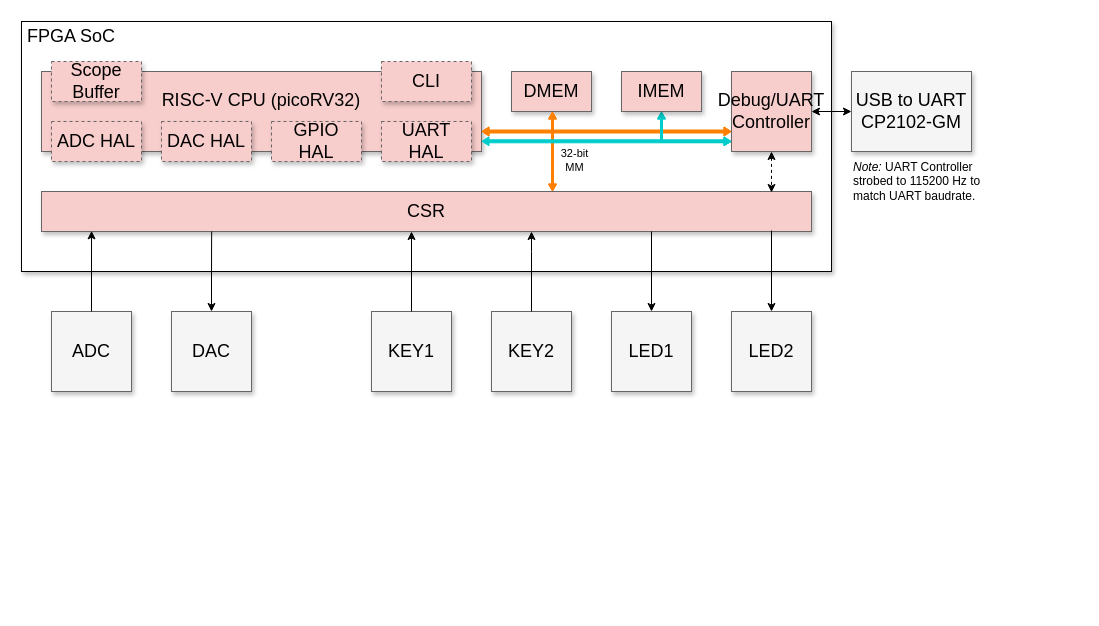
This is 3.miniac/0.doc/miniac.drawio from chili-chips-ba/uberClock, a draw.io file, before an edit. Source tidied: cells renumbered, new cells numbered last; positions are measured from the earlier drawing's top-left corner, leaving out a move shared by most shapes. Both pictures are drawn from the tidied source at 100%, with x=0, y=0 at pixel (21, 21).
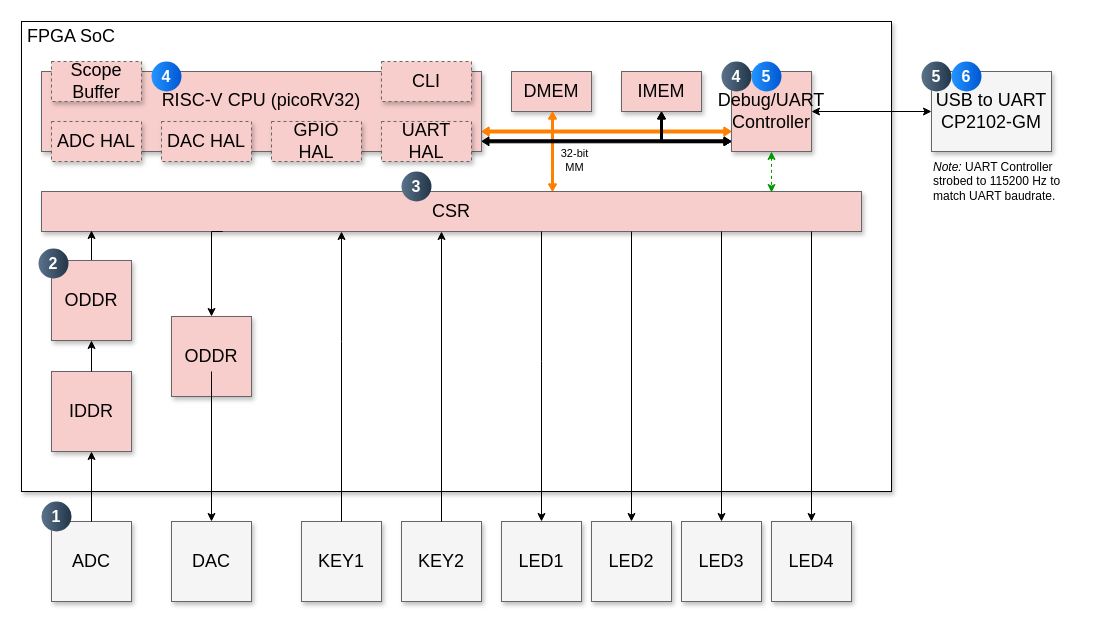
The same page after the edit.

The change refers to these unchanged cells:
```xml
<mxCell id="9" value="&lt;div&gt;Debug/UART&lt;/div&gt;&lt;div&gt;Controller&lt;br&gt;&lt;/div&gt;" style="whiteSpace=wrap;html=1;shadow=1;fontSize=18;fillColor=#F8CECC;strokeColor=#666666;" parent="1" vertex="1">
  <mxGeometry x="710" y="50" width="80" height="80" as="geometry" />
</mxCell>
<mxCell id="16" value="IMEM" style="whiteSpace=wrap;html=1;shadow=1;fontSize=18;fillColor=#F8CECC;strokeColor=#666666;" parent="1" vertex="1">
  <mxGeometry x="600" y="50" width="80" height="40" as="geometry" />
</mxCell>
```

The edit, as a diff of the source:
```diff
@@
     <mxCell id="2" style="rounded=0;whiteSpace=wrap;html=1;fillColor=default;shadow=1;" parent="1" vertex="1">
-      <mxGeometry width="810" height="250" as="geometry" />
+      <mxGeometry width="870" height="470" as="geometry" />
     </mxCell>
@@
     <mxCell id="5" value="CSR" style="whiteSpace=wrap;html=1;shadow=1;fontSize=18;fillColor=#F8CECC;strokeColor=#666666;" parent="1" vertex="1">
-      <mxGeometry x="20" y="170" width="770" height="40" as="geometry" />
+      <mxGeometry x="20" y="170" width="820" height="40" as="geometry" />
     </mxCell>
@@
-    <mxCell id="12" style="edgeStyle=orthogonalEdgeStyle;rounded=0;jettySize=auto;html=1;exitX=0.5;exitY=1;exitDx=0;exitDy=0;startArrow=classic;startFill=1;dashed=1;" parent="1" edge="1" source="9">
+    <mxCell id="12" style="edgeStyle=orthogonalEdgeStyle;rounded=0;jettySize=auto;html=1;exitX=0.5;exitY=1;exitDx=0;exitDy=0;startArrow=classic;startFill=1;dashed=1;strokeColor=#009900;" parent="1" edge="1" source="9">
       <mxGeometry relative="1" as="geometry">
         <mxPoint x="750" y="171" as="targetPoint" />
         <Array as="points">
           <mxPoint x="750" y="171" />
         </Array>
       </mxGeometry>
     </mxCell>
     <mxCell id="13" value="&lt;div&gt;USB to UART&lt;/div&gt;&lt;div&gt;CP2102-GM&lt;br&gt;&lt;/div&gt;" style="whiteSpace=wrap;html=1;shadow=1;fontSize=18;fillColor=#f5f5f5;strokeColor=#666666;" parent="1" vertex="1">
-      <mxGeometry x="830" y="50" width="120" height="80" as="geometry" />
+      <mxGeometry x="910" y="50" width="120" height="80" as="geometry" />
     </mxCell>
     <mxCell id="14" value="&lt;i&gt;Note:&lt;/i&gt; UART Controller strobed to 115200 Hz to match UART baudrate." style="text;html=1;align=left;verticalAlign=middle;whiteSpace=wrap;rounded=0;fontSize=12;" parent="1" vertex="1">
-      <mxGeometry x="830" y="140" width="150" height="40" as="geometry" />
+      <mxGeometry x="910" y="140" width="150" height="40" as="geometry" />
     </mxCell>
-    <mxCell id="15" style="edgeStyle=orthogonalEdgeStyle;rounded=0;jettySize=auto;html=1;exitX=0.5;exitY=1;exitDx=0;exitDy=0;startArrow=classic;startFill=1;shape=flexArrow;endSize=2;startSize=2;width=2;startWidth=5;endWidth=5;strokeColor=#00CCCC;fillColor=#00CCCC;" parent="1" edge="1" source="16">
+    <mxCell id="15" style="edgeStyle=orthogonalEdgeStyle;rounded=0;jettySize=auto;html=1;exitX=0.5;exitY=1;exitDx=0;exitDy=0;startArrow=classic;startFill=1;shape=flexArrow;endSize=2;startSize=2;width=2;startWidth=5;endWidth=5;strokeColor=light-dark(#000000,#000000);fillColor=light-dark(#000000,#000000);" parent="1" edge="1" source="16">
       <mxGeometry relative="1" as="geometry">
         <mxPoint x="710" y="120" as="targetPoint" />
         <Array as="points">
           <mxPoint x="640" y="120" />
         </Array>
       </mxGeometry>
     </mxCell>
@@
-    <mxCell id="18" style="edgeStyle=orthogonalEdgeStyle;rounded=0;orthogonalLoop=1;jettySize=auto;html=1;exitX=0;exitY=0.75;exitDx=0;exitDy=0;startArrow=classic;startFill=1;shape=flexArrow;width=3;startWidth=5;endWidth=5;endSize=2;startSize=2;fillColor=#00CCCC;strokeColor=#00CCCC;" parent="1" edge="1">
+    <mxCell id="18" style="edgeStyle=orthogonalEdgeStyle;rounded=0;orthogonalLoop=1;jettySize=auto;html=1;exitX=0;exitY=0.75;exitDx=0;exitDy=0;startArrow=classic;startFill=1;shape=flexArrow;width=3;startWidth=5;endWidth=5;endSize=2;startSize=2;fillColor=light-dark(#000000,#000000);strokeColor=light-dark(#000000,#000000);" parent="1" edge="1">
       <mxGeometry relative="1" as="geometry">
         <mxPoint x="710" y="119.8" as="sourcePoint" />
         <mxPoint x="460" y="119.8" as="targetPoint" />
       </mxGeometry>
     </mxCell>
@@
     <mxCell id="21" value="LED2" style="whiteSpace=wrap;html=1;shadow=1;fontSize=18;fillColor=#f5f5f5;strokeColor=#666666;" parent="1" vertex="1">
-      <mxGeometry x="710" y="290" width="80" height="80" as="geometry" />
+      <mxGeometry x="570" y="500" width="80" height="80" as="geometry" />
     </mxCell>
     <mxCell id="22" value="LED1" style="whiteSpace=wrap;html=1;shadow=1;fontSize=18;fillColor=#f5f5f5;strokeColor=#666666;" parent="1" vertex="1">
-      <mxGeometry x="590" y="290" width="80" height="80" as="geometry" />
+      <mxGeometry x="480" y="500" width="80" height="80" as="geometry" />
     </mxCell>
     <mxCell id="23" value="KEY2" style="whiteSpace=wrap;html=1;shadow=1;fontSize=18;fillColor=#f5f5f5;strokeColor=#666666;" parent="1" vertex="1">
-      <mxGeometry x="470" y="290" width="80" height="80" as="geometry" />
+      <mxGeometry x="380" y="500" width="80" height="80" as="geometry" />
     </mxCell>
     <mxCell id="24" value="KEY1" style="whiteSpace=wrap;html=1;shadow=1;fontSize=18;fillColor=#f5f5f5;strokeColor=#666666;" parent="1" vertex="1">
-      <mxGeometry x="350" y="290" width="80" height="80" as="geometry" />
+      <mxGeometry x="280" y="500" width="80" height="80" as="geometry" />
     </mxCell>
     <mxCell id="25" value="ADC" style="whiteSpace=wrap;html=1;shadow=1;fontSize=18;fillColor=#f5f5f5;strokeColor=#666666;" parent="1" vertex="1">
-      <mxGeometry x="30" y="290" width="80" height="80" as="geometry" />
+      <mxGeometry x="30" y="500" width="80" height="80" as="geometry" />
     </mxCell>
     <mxCell id="26" value="DAC" style="whiteSpace=wrap;html=1;shadow=1;fontSize=18;fillColor=#f5f5f5;strokeColor=#666666;" parent="1" vertex="1">
-      <mxGeometry x="150" y="290" width="80" height="80" as="geometry" />
+      <mxGeometry x="150" y="500" width="80" height="80" as="geometry" />
     </mxCell>
-    <mxCell id="27" style="edgeStyle=orthogonalEdgeStyle;rounded=0;jettySize=auto;html=1;exitX=0.5;exitY=0;exitDx=0;exitDy=0;" parent="1" edge="1" source="24">
+    <mxCell id="27" style="edgeStyle=orthogonalEdgeStyle;rounded=0;jettySize=auto;html=1;exitX=0.5;exitY=0;exitDx=0;exitDy=0;" parent="1" edge="1" source="24" target="5">
       <mxGeometry relative="1" as="geometry">
-        <mxPoint x="390" y="210" as="targetPoint" />
         <Array as="points">
-          <mxPoint x="390" y="210" />
+          <mxPoint x="320" y="320" />
+          <mxPoint x="320" y="320" />
         </Array>
       </mxGeometry>
     </mxCell>
     <mxCell id="28" style="edgeStyle=orthogonalEdgeStyle;rounded=0;jettySize=auto;html=1;exitX=0.5;exitY=0;exitDx=0;exitDy=0;" parent="1" edge="1" source="23">
       <mxGeometry relative="1" as="geometry">
-        <mxPoint x="510" y="210" as="targetPoint" />
+        <mxPoint x="420" y="210" as="targetPoint" />
         <Array as="points">
-          <mxPoint x="510" y="230" />
-          <mxPoint x="510" y="230" />
+          <mxPoint x="420" y="210" />
         </Array>
       </mxGeometry>
     </mxCell>
     <mxCell id="29" style="edgeStyle=orthogonalEdgeStyle;rounded=0;jettySize=auto;html=1;exitX=0.5;exitY=0;exitDx=0;exitDy=0;startArrow=classic;startFill=1;endArrow=none;" parent="1" edge="1" source="22">
       <mxGeometry relative="1" as="geometry">
-        <mxPoint x="630" y="210" as="targetPoint" />
+        <mxPoint x="520" y="210" as="targetPoint" />
         <Array as="points">
-          <mxPoint x="630" y="210" />
+          <mxPoint x="520" y="340" />
+          <mxPoint x="520" y="340" />
         </Array>
       </mxGeometry>
     </mxCell>
     <mxCell id="30" style="edgeStyle=orthogonalEdgeStyle;rounded=0;jettySize=auto;html=1;exitX=0.5;exitY=0;exitDx=0;exitDy=0;startArrow=classic;startFill=1;endArrow=none;" parent="1" edge="1" source="21">
       <mxGeometry relative="1" as="geometry">
-        <mxPoint x="750" y="209" as="targetPoint" />
+        <mxPoint x="610" y="210" as="targetPoint" />
         <Array as="points">
-          <mxPoint x="750" y="209" />
+          <mxPoint x="610" y="210" />
+          <mxPoint x="610" y="210" />
         </Array>
       </mxGeometry>
     </mxCell>
-    <mxCell id="31" style="edgeStyle=orthogonalEdgeStyle;rounded=0;jettySize=auto;html=1;exitX=0.5;exitY=0;exitDx=0;exitDy=0;startArrow=classic;startFill=1;endArrow=none;entryX=0.221;entryY=1;entryDx=0;entryDy=0;entryPerimeter=0;" parent="1" edge="1" source="26" target="5">
-      <mxGeometry relative="1" as="geometry" />
+    <mxCell id="31" style="edgeStyle=orthogonalEdgeStyle;rounded=0;jettySize=auto;html=1;exitX=0.5;exitY=0;exitDx=0;exitDy=0;startArrow=classic;startFill=1;endArrow=none;entryX=0.221;entryY=1;entryDx=0;entryDy=0;entryPerimeter=0;" parent="1" edge="1" source="36" target="5">
+      <mxGeometry relative="1" as="geometry">
+        <Array as="points">
+          <mxPoint x="190" y="210" />
+        </Array>
+      </mxGeometry>
     </mxCell>
-    <mxCell id="32" style="edgeStyle=orthogonalEdgeStyle;rounded=0;jettySize=auto;html=1;exitX=0.5;exitY=0;exitDx=0;exitDy=0;entryX=0.065;entryY=0.983;entryDx=0;entryDy=0;entryPerimeter=0;" parent="1" edge="1" source="25" target="5">
-      <mxGeometry relative="1" as="geometry" />
+    <mxCell id="32" style="edgeStyle=orthogonalEdgeStyle;rounded=0;jettySize=auto;html=1;exitX=0.5;exitY=0;exitDx=0;exitDy=0;" parent="1" edge="1" source="52">
+      <mxGeometry relative="1" as="geometry">
+        <mxPoint x="70" y="209" as="targetPoint" />
+        <Array as="points">
+          <mxPoint x="70" y="209" />
+        </Array>
+      </mxGeometry>
     </mxCell>
@@
+    <mxCell id="36" value="ODDR" style="whiteSpace=wrap;html=1;shadow=1;fontSize=18;fillColor=#F8CECC;strokeColor=#666666;" parent="1" vertex="1">
+      <mxGeometry x="150" y="295" width="80" height="80" as="geometry" />
+    </mxCell>
+    <mxCell id="37" style="edgeStyle=orthogonalEdgeStyle;rounded=0;jettySize=auto;html=1;exitX=0.5;exitY=0;exitDx=0;exitDy=0;entryX=0.5;entryY=1;entryDx=0;entryDy=0;" parent="1" edge="1" source="25" target="38">
+      <mxGeometry relative="1" as="geometry" />
+    </mxCell>
+    <mxCell id="38" value="IDDR" style="whiteSpace=wrap;html=1;shadow=1;fontSize=18;fillColor=#F8CECC;strokeColor=#666666;" parent="1" vertex="1">
+      <mxGeometry x="30" y="350" width="80" height="80" as="geometry" />
+    </mxCell>
+    <mxCell id="39" style="edgeStyle=orthogonalEdgeStyle;rounded=0;jettySize=auto;html=1;exitX=0.5;exitY=0;exitDx=0;exitDy=0;startArrow=classic;startFill=1;endArrow=none;entryX=0.221;entryY=1;entryDx=0;entryDy=0;entryPerimeter=0;" parent="1" edge="1" source="26">
+      <mxGeometry relative="1" as="geometry">
+        <mxPoint x="190" y="350" as="targetPoint" />
+      </mxGeometry>
+    </mxCell>
+    <mxCell id="40" value="LED3" style="whiteSpace=wrap;html=1;shadow=1;fontSize=18;fillColor=#f5f5f5;strokeColor=#666666;" parent="1" vertex="1">
+      <mxGeometry x="660" y="500" width="80" height="80" as="geometry" />
+    </mxCell>
+    <mxCell id="41" value="LED4" style="whiteSpace=wrap;html=1;shadow=1;fontSize=18;fillColor=#f5f5f5;strokeColor=#666666;" parent="1" vertex="1">
+      <mxGeometry x="750" y="500" width="80" height="80" as="geometry" />
+    </mxCell>
+    <mxCell id="42" style="edgeStyle=orthogonalEdgeStyle;rounded=0;jettySize=auto;html=1;exitX=0.5;exitY=0;exitDx=0;exitDy=0;startArrow=classic;startFill=1;endArrow=none;" parent="1" edge="1" source="40">
+      <mxGeometry relative="1" as="geometry">
+        <mxPoint x="700" y="210" as="targetPoint" />
+        <Array as="points">
+          <mxPoint x="700" y="210" />
+        </Array>
+      </mxGeometry>
+    </mxCell>
+    <mxCell id="43" style="edgeStyle=orthogonalEdgeStyle;rounded=0;jettySize=auto;html=1;exitX=0.5;exitY=0;exitDx=0;exitDy=0;startArrow=classic;startFill=1;endArrow=none;" parent="1" edge="1" source="41">
+      <mxGeometry relative="1" as="geometry">
+        <mxPoint x="790" y="210" as="targetPoint" />
+        <Array as="points">
+          <mxPoint x="790" y="210" />
+        </Array>
+      </mxGeometry>
+    </mxCell>
+    <mxCell id="44" value="1" style="ellipse;whiteSpace=wrap;html=1;rotation=0;gradientColor=#223548;strokeColor=none;gradientDirection=east;fillColor=#5b738b;rounded=0;fontFamily=Helvetica;fontSize=16;fontColor=#FFFFFF;spacingTop=4;spacingBottom=4;spacingLeft=4;spacingRight=4;fontStyle=1;" parent="1" vertex="1">
+      <mxGeometry x="20" y="480" width="30" height="30" as="geometry" />
+    </mxCell>
+    <mxCell id="45" value="3" style="ellipse;whiteSpace=wrap;html=1;rotation=0;gradientColor=#223548;strokeColor=none;gradientDirection=east;fillColor=#5b738b;rounded=0;fontFamily=Helvetica;fontSize=16;fontColor=#FFFFFF;spacingTop=4;spacingBottom=4;spacingLeft=4;spacingRight=4;fontStyle=1;" parent="1" vertex="1">
+      <mxGeometry x="380" y="150" width="30" height="30" as="geometry" />
+    </mxCell>
+    <mxCell id="46" value="4" style="ellipse;whiteSpace=wrap;html=1;rotation=0;gradientColor=#223548;strokeColor=none;gradientDirection=east;fillColor=#5b738b;rounded=0;fontFamily=Helvetica;fontSize=16;fontColor=#FFFFFF;spacingTop=4;spacingBottom=4;spacingLeft=4;spacingRight=4;fontStyle=1;" parent="1" vertex="1">
+      <mxGeometry x="700" y="40" width="30" height="30" as="geometry" />
+    </mxCell>
+    <mxCell id="47" value="5" style="ellipse;whiteSpace=wrap;html=1;rotation=0;gradientColor=#223548;strokeColor=none;gradientDirection=east;fillColor=#5b738b;rounded=0;fontFamily=Helvetica;fontSize=16;fontColor=#FFFFFF;spacingTop=4;spacingBottom=4;spacingLeft=4;spacingRight=4;fontStyle=1;" parent="1" vertex="1">
+      <mxGeometry x="900" y="40" width="30" height="30" as="geometry" />
+    </mxCell>
+    <mxCell id="48" value="4" style="ellipse;whiteSpace=wrap;html=1;rotation=0;gradientColor=#0057D2;strokeColor=none;gradientDirection=east;fillColor=#2395FF;rounded=0;fontFamily=Helvetica;fontSize=16;fontColor=#FFFFFF;spacingTop=4;spacingBottom=4;spacingLeft=4;spacingRight=4;fontStyle=1;" parent="1" vertex="1">
+      <mxGeometry x="130" y="40" width="30" height="30" as="geometry" />
+    </mxCell>
+    <mxCell id="49" value="5" style="ellipse;whiteSpace=wrap;html=1;rotation=0;gradientColor=#0057D2;strokeColor=none;gradientDirection=east;fillColor=#2395FF;rounded=0;fontFamily=Helvetica;fontSize=16;fontColor=#FFFFFF;spacingTop=4;spacingBottom=4;spacingLeft=4;spacingRight=4;fontStyle=1;" parent="1" vertex="1">
+      <mxGeometry x="730" y="40" width="30" height="30" as="geometry" />
+    </mxCell>
+    <mxCell id="50" value="6" style="ellipse;whiteSpace=wrap;html=1;rotation=0;gradientColor=#0057D2;strokeColor=none;gradientDirection=east;fillColor=#2395FF;rounded=0;fontFamily=Helvetica;fontSize=16;fontColor=#FFFFFF;spacingTop=4;spacingBottom=4;spacingLeft=4;spacingRight=4;fontStyle=1;" parent="1" vertex="1">
+      <mxGeometry x="930" y="40" width="30" height="30" as="geometry" />
+    </mxCell>
+    <mxCell id="51" style="edgeStyle=orthogonalEdgeStyle;rounded=0;jettySize=auto;html=1;exitX=0.5;exitY=0;exitDx=0;exitDy=0;" parent="1" edge="1" source="38" target="52">
+      <mxGeometry relative="1" as="geometry" />
+    </mxCell>
+    <mxCell id="52" value="ODDR" style="whiteSpace=wrap;html=1;shadow=1;fontSize=18;fillColor=#F8CECC;strokeColor=#666666;" parent="1" vertex="1">
+      <mxGeometry x="30" y="239" width="80" height="80" as="geometry" />
+    </mxCell>
+    <mxCell id="53" value="2" style="ellipse;whiteSpace=wrap;html=1;rotation=0;gradientColor=#223548;strokeColor=none;gradientDirection=east;fillColor=#5b738b;rounded=0;fontFamily=Helvetica;fontSize=16;fontColor=#FFFFFF;spacingTop=4;spacingBottom=4;spacingLeft=4;spacingRight=4;fontStyle=1;" parent="1" vertex="1">
+      <mxGeometry x="17" y="227" width="30" height="30" as="geometry" />
+    </mxCell>
```
